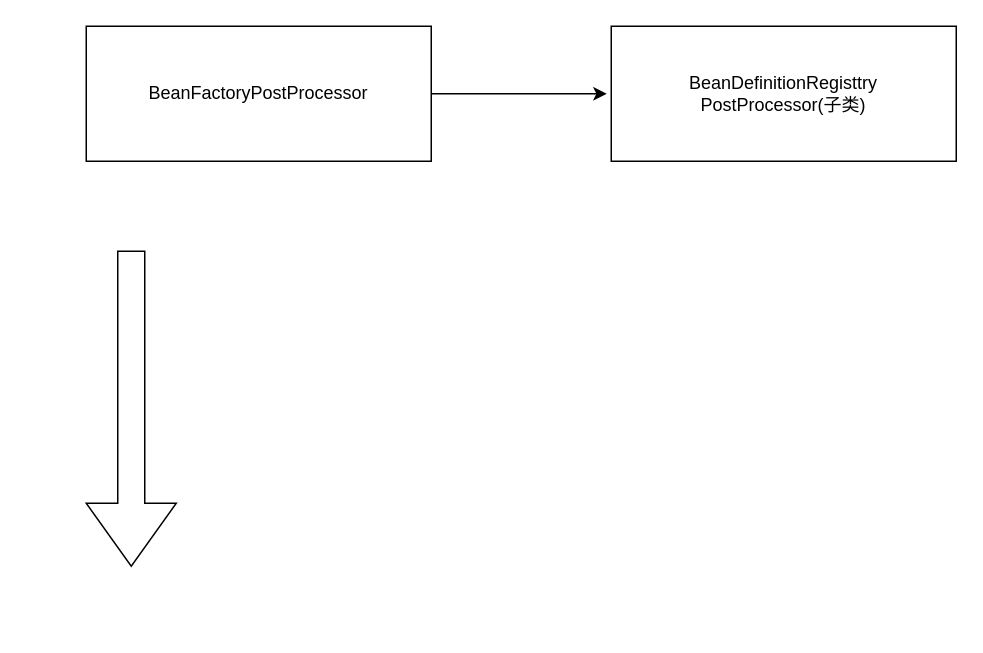
huangkemingyyds/drawing keeps this draw.io diagram as spring的BeanFactoryPostProcessor的执行.drawio. Above is the earlier version. Source tidied: cells renumbered, new cells numbered last; positions are measured from the earlier drawing's top-left corner, leaving out a move shared by most shapes. Both pictures are drawn from the tidied source at 150%, with x=0, y=0 at pixel (86, 26).
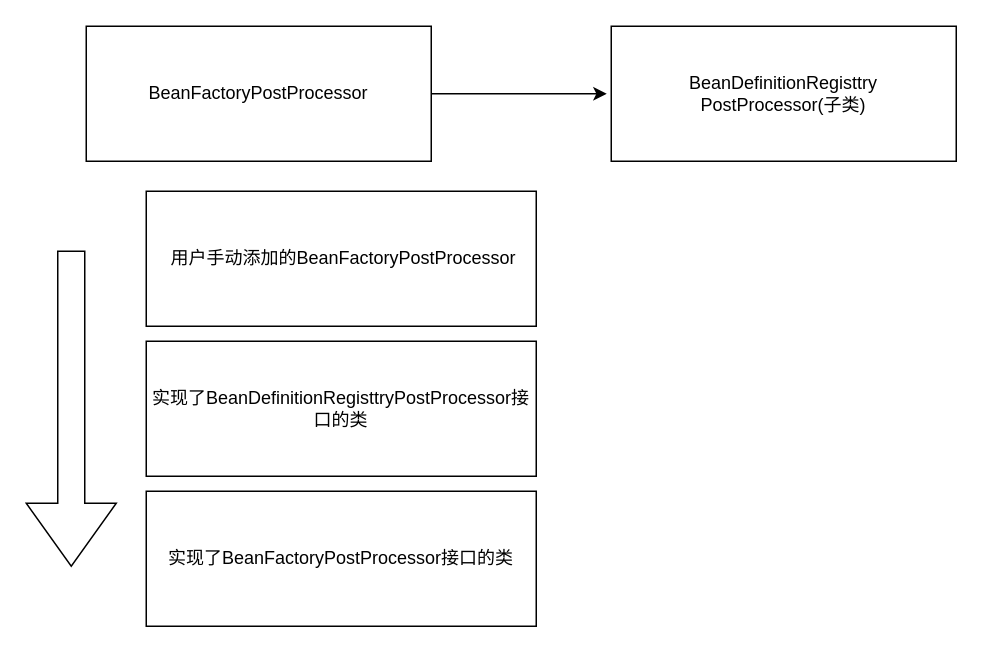
Above is the later version.

Commit message (it also covers changes not shown here):
更新spring的BeanFactoryPostProcessor的执行.drawio

Diff of the diagram source:
```diff
@@
 <mxGraphModel>
   <root>
     <mxCell id="0" />
     <mxCell id="1" parent="0" />
     <mxCell id="2" value="BeanFactoryPostProcessor" style="rounded=0;whiteSpace=wrap;html=1;" parent="1" vertex="1">
       <mxGeometry width="230" height="90" as="geometry" />
     </mxCell>
     <mxCell id="3" value="BeanDefinitionRegisttry&lt;br&gt;PostProcessor(子类)" style="rounded=0;whiteSpace=wrap;html=1;" parent="1" vertex="1">
       <mxGeometry x="350" width="230" height="90" as="geometry" />
     </mxCell>
     <mxCell id="4" style="endArrow=classic;html=1;rounded=0;entryX=-0.019;entryY=0.162;entryDx=0;entryDy=0;entryPerimeter=0;" parent="1" edge="1" source="2">
       <mxGeometry relative="1" as="geometry">
         <mxPoint x="347" y="45" as="targetPoint" />
       </mxGeometry>
     </mxCell>
     <mxCell id="5" style="shape=singleArrow;direction=south;whiteSpace=wrap;html=1;" parent="1" vertex="1">
-      <mxGeometry y="150" width="60" height="210" as="geometry" />
+      <mxGeometry x="-40" y="150" width="60" height="210" as="geometry" />
     </mxCell>
+    <mxCell id="6" value="&amp;nbsp;用户手动添加的BeanFactoryPostProcessor" style="rounded=0;whiteSpace=wrap;html=1;" parent="1" vertex="1">
+      <mxGeometry x="40" y="110" width="260" height="90" as="geometry" />
+    </mxCell>
+    <mxCell id="7" value="实现了BeanDefinitionRegisttryPostProcessor接口的类" style="rounded=0;whiteSpace=wrap;html=1;" parent="1" vertex="1">
+      <mxGeometry x="40" y="210" width="260" height="90" as="geometry" />
+    </mxCell>
+    <mxCell id="8" value="实现了BeanFactoryPostProcessor接口的类" style="rounded=0;whiteSpace=wrap;html=1;" parent="1" vertex="1">
+      <mxGeometry x="40" y="310" width="260" height="90" as="geometry" />
+    </mxCell>
   </root>
 </mxGraphModel>
```
